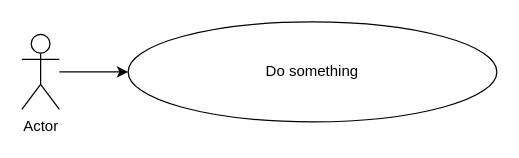
Before: hello/Untitled Diagram.drawio in hjy1210/Hello, a draw.io diagram. Source tidied: cells renumbered, new cells numbered last; positions are measured from the earlier drawing's top-left corner, leaving out a move shared by most shapes. Both pictures are drawn from the tidied source at 125%, with x=0, y=0 at pixel (21, 21).
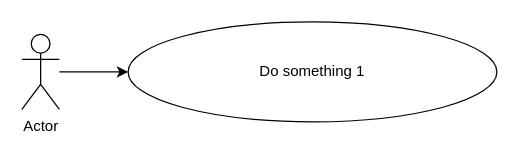
The same page after the edit.

Commit message:
Update Untitled Diagram -1.drawio

Change to the diagram source:
```diff
@@
 <mxGraphModel>
   <root>
     <mxCell id="0" />
     <mxCell id="1" parent="0" />
     <mxCell id="2" style="edgeStyle=orthogonalEdgeStyle;rounded=0;jettySize=auto;html=1;" parent="1" edge="1" source="3" target="4">
       <mxGeometry relative="1" as="geometry" />
     </mxCell>
     <mxCell id="3" value="Actor" style="shape=umlActor;verticalLabelPosition=bottom;verticalAlign=top;html=1;outlineConnect=0;" parent="1" vertex="1">
       <mxGeometry y="10" width="30" height="60" as="geometry" />
     </mxCell>
-    <mxCell id="4" value="Do something" style="ellipse;whiteSpace=wrap;html=1;verticalAlign=middle;" parent="1" vertex="1">
+    <mxCell id="4" value="Do something 1" style="ellipse;whiteSpace=wrap;html=1;verticalAlign=middle;" parent="1" vertex="1">
       <mxGeometry x="85" width="295" height="80" as="geometry" />
     </mxCell>
   </root>
 </mxGraphModel>
```
